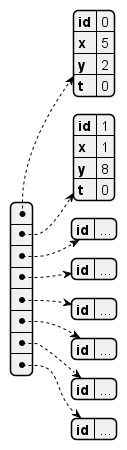
The PlantUML diagram out/documentation/array_of_JSONs/array_of_JSONs.png in OTI2020/ember-sim-germany, before a commit.
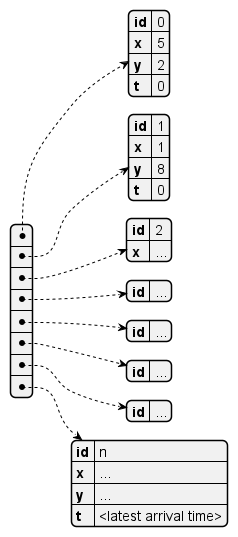
Above is the later version.

Commit message:
update liste of JSONs

What changed in the source:
```diff
@@ -2,6 +2,6 @@
 ' explain Array of JSONs
 [{ "id": "0", "x": "5", "y": "2", "t": "0" },
 { "id": "1", "x": "1", "y": "8", "t": "0" },
-{"id":"..."}, {"id":"..."}, {"id":"..."},
-{"id":"..."}, {"id":"..."}, {"id":"..."}]
+{"id":"2", "x":"..."}, {"id":"..."}, {"id":"..."},
+{"id":"..."}, {"id":"..."}, {"id":"n","x":"...", "y":"...", "t":"<latest arrival time>"}]
 @endjson
```
